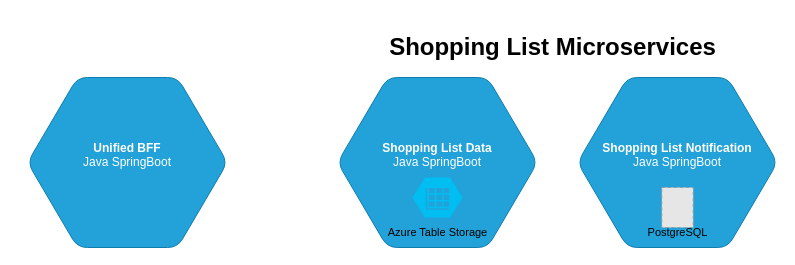
Before: graphs/shopping-list-service-details.drawio in d-figuccia/draw-io, a draw.io diagram. Source tidied: cells renumbered, new cells numbered last; positions are measured from the earlier drawing's top-left corner, leaving out a move shared by most shapes. Both pictures are drawn from the tidied source at 100%, with x=0, y=0 at pixel (27, 27). Pictures stored in the file or linked from it are replaced by grey dashed boxes.
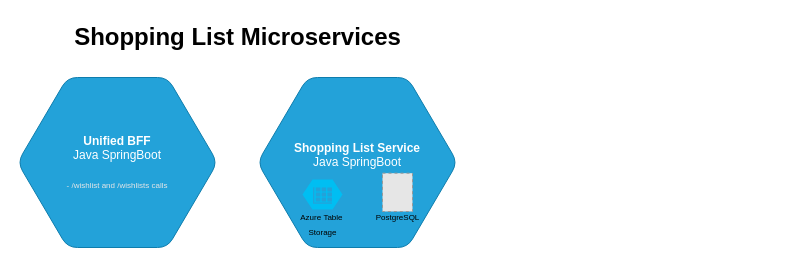
After the change.

What changed in the source:
```diff
@@
 <mxGraphModel>
   <root>
     <mxCell id="0" />
     <mxCell id="1" parent="0" />
-    <object id="2" label="&lt;font style=&quot;font-size: 12px&quot;&gt;&lt;b&gt;%c4Name%&lt;/b&gt;&lt;/font&gt;&lt;div&gt;%c4Technology%&lt;/div&gt;&lt;br&gt;&lt;div&gt;&lt;font style=&quot;font-size: 8px&quot;&gt;&lt;font color=&quot;#E6E6E6&quot;&gt;%c4Description%&lt;/font&gt;&lt;/div&gt;" c4Description="" c4Name="Unified BFF" c4Technology="Java SpringBoot" placeholders="1">
+    <object id="2" label="&lt;font style=&quot;font-size: 12px&quot;&gt;&lt;b&gt;%c4Name%&lt;/b&gt;&lt;/font&gt;&lt;div&gt;%c4Technology%&lt;/div&gt;&lt;br&gt;&lt;div&gt;&lt;font style=&quot;font-size: 8px&quot;&gt;&lt;font color=&quot;#E6E6E6&quot;&gt;%c4Description%&lt;/font&gt;&lt;/div&gt;" c4Description="- /wishlist and /wishlists calls" c4Name="Unified BFF" c4Technology="Java SpringBoot" placeholders="1">
       <mxCell style="shape=hexagon;size=50;perimeter=hexagonPerimeter2;whiteSpace=wrap;html=1;fixedSize=1;rounded=1;labelBackgroundColor=none;fillColor=#23A2D9;fontSize=12;fontColor=#ffffff;align=center;strokeColor=#0E7DAD;" parent="1" vertex="1">
-        <mxGeometry y="50" width="200" height="170" as="geometry" />
+        <mxGeometry x="-10" y="50" width="200" height="170" as="geometry" />
       </mxCell>
     </object>
-    <object id="3" label="&lt;font style=&quot;font-size: 12px&quot;&gt;&lt;b&gt;%c4Name%&lt;/b&gt;&lt;/font&gt;&lt;div&gt;%c4Technology%&lt;/div&gt;&lt;br&gt;&lt;div&gt;&lt;font style=&quot;font-size: 8px&quot;&gt;&lt;font color=&quot;#E6E6E6&quot;&gt;%c4Description%&lt;/font&gt;&lt;/div&gt;" c4Description="" c4Name="Shopping List Data" c4Technology="Java SpringBoot" placeholders="1">
+    <object id="3" label="&lt;font style=&quot;font-size: 12px&quot;&gt;&lt;b&gt;%c4Name%&lt;/b&gt;&lt;/font&gt;&lt;div&gt;%c4Technology%&lt;/div&gt;&lt;br&gt;&lt;div&gt;&lt;font style=&quot;font-size: 8px&quot;&gt;&lt;font color=&quot;#E6E6E6&quot;&gt;%c4Description%&lt;/font&gt;&lt;/div&gt;" c4Description="" c4Name="Shopping List Service" c4Technology="Java SpringBoot" placeholders="1">
       <mxCell style="shape=hexagon;size=50;perimeter=hexagonPerimeter2;whiteSpace=wrap;html=1;fixedSize=1;rounded=1;labelBackgroundColor=none;fillColor=#23A2D9;fontSize=12;fontColor=#ffffff;align=center;strokeColor=#0E7DAD;" parent="1" vertex="1">
-        <mxGeometry x="310" y="50" width="200" height="170" as="geometry" />
+        <mxGeometry x="230" y="50" width="200" height="170" as="geometry" />
       </mxCell>
     </object>
-    <mxCell id="4" style="verticalLabelPosition=bottom;html=1;verticalAlign=top;align=center;strokeColor=none;fillColor=#00BEF2;shape=mxgraph.azure.storage_table;" parent="1" vertex="1">
-      <mxGeometry x="385" y="150" width="50" height="40" as="geometry" />
-    </mxCell>
-    <mxCell id="5" value="&lt;font style=&quot;font-size: 11px;&quot;&gt;Azure Table Storage&lt;/font&gt;" style="text;html=1;align=center;verticalAlign=middle;strokeColor=none;fillColor=none;" parent="1" vertex="1">
-      <mxGeometry x="350" y="190" width="120" height="30" as="geometry" />
+    <mxCell id="5" value="&lt;font style=&quot;font-size: 8px;&quot;&gt;Azure&amp;nbsp;&lt;/font&gt;&lt;span style=&quot;font-size: 8px; background-color: transparent; color: light-dark(rgb(0, 0, 0), rgb(255, 255, 255));&quot;&gt;Table&amp;nbsp;&lt;/span&gt;&lt;div&gt;&lt;span style=&quot;font-size: 8px; background-color: transparent; color: light-dark(rgb(0, 0, 0), rgb(255, 255, 255));&quot;&gt;Storage&lt;/span&gt;&lt;/div&gt;" style="text;html=1;align=center;verticalAlign=middle;strokeColor=none;fillColor=none;" parent="1" vertex="1">
+      <mxGeometry x="260" y="176" width="70" height="40" as="geometry" />
     </mxCell>
-    <object id="6" label="&lt;font style=&quot;font-size: 12px&quot;&gt;&lt;b&gt;%c4Name%&lt;/b&gt;&lt;/font&gt;&lt;div&gt;%c4Technology%&lt;/div&gt;&lt;br&gt;&lt;div&gt;&lt;font style=&quot;font-size: 8px&quot;&gt;&lt;font color=&quot;#E6E6E6&quot;&gt;%c4Description%&lt;/font&gt;&lt;/div&gt;" c4Description="" c4Name="Shopping List Notification" c4Technology="Java SpringBoot" placeholders="1">
-      <mxCell style="shape=hexagon;size=50;perimeter=hexagonPerimeter2;whiteSpace=wrap;html=1;fixedSize=1;rounded=1;labelBackgroundColor=none;fillColor=#23A2D9;fontSize=12;fontColor=#ffffff;align=center;strokeColor=#0E7DAD;" parent="1" vertex="1">
-        <mxGeometry x="550" y="50" width="200" height="170" as="geometry" />
-      </mxCell>
-    </object>
-    <mxCell id="7" style="fillColor=#E6E6E6;strokeColor=#999999;dashed=1;verticalLabelPosition=bottom;labelBackgroundColor=#ffffff;verticalAlign=top;" parent="1" vertex="1">
-      <mxGeometry x="634.3" y="160" width="31.4" height="40" as="geometry" />
-    </mxCell>
-    <mxCell id="8" value="&lt;span style=&quot;font-size: 11px;&quot;&gt;PostgreSQL&lt;/span&gt;" style="text;html=1;align=center;verticalAlign=middle;strokeColor=none;fillColor=none;" parent="1" vertex="1">
-      <mxGeometry x="610" y="190" width="80" height="30" as="geometry" />
+    <mxCell id="8" value="&lt;font style=&quot;font-size: 8px;&quot;&gt;PostgreSQL&lt;/font&gt;" style="text;html=1;align=center;verticalAlign=middle;strokeColor=none;fillColor=none;" parent="1" vertex="1">
+      <mxGeometry x="335" y="174" width="70" height="30" as="geometry" />
     </mxCell>
-    <mxCell id="9" value="&lt;font style=&quot;font-size: 24px;&quot;&gt;&lt;b&gt;Shopping List Microservices&lt;/b&gt;&lt;/font&gt;" style="text;html=1;align=center;verticalAlign=middle;strokeColor=none;fillColor=none;" parent="1" vertex="1">
-      <mxGeometry x="350" width="350" height="40" as="geometry" />
+    <mxCell id="9" value="&lt;font style=&quot;font-size: 24px;&quot;&gt;&lt;b style=&quot;&quot;&gt;Shopping List Microservices&lt;/b&gt;&lt;/font&gt;" style="text;html=1;align=center;verticalAlign=middle;strokeColor=none;fillColor=none;" parent="1" vertex="1">
+      <mxGeometry x="35" y="-10" width="350" height="40" as="geometry" />
     </mxCell>
+    <mxCell id="4" style="verticalLabelPosition=bottom;html=1;verticalAlign=top;align=center;strokeColor=none;fillColor=#00BEF2;shape=mxgraph.azure.storage_table;" parent="1" vertex="1">
+      <mxGeometry x="275" y="152" width="40" height="30" as="geometry" />
+    </mxCell>
+    <mxCell id="7" style="fillColor=#E6E6E6;strokeColor=#999999;dashed=1;verticalLabelPosition=bottom;labelBackgroundColor=#ffffff;verticalAlign=top;" parent="1" vertex="1">
+      <mxGeometry x="355" y="145.7" width="30" height="38.3" as="geometry" />
+    </mxCell>
   </root>
 </mxGraphModel>
```
